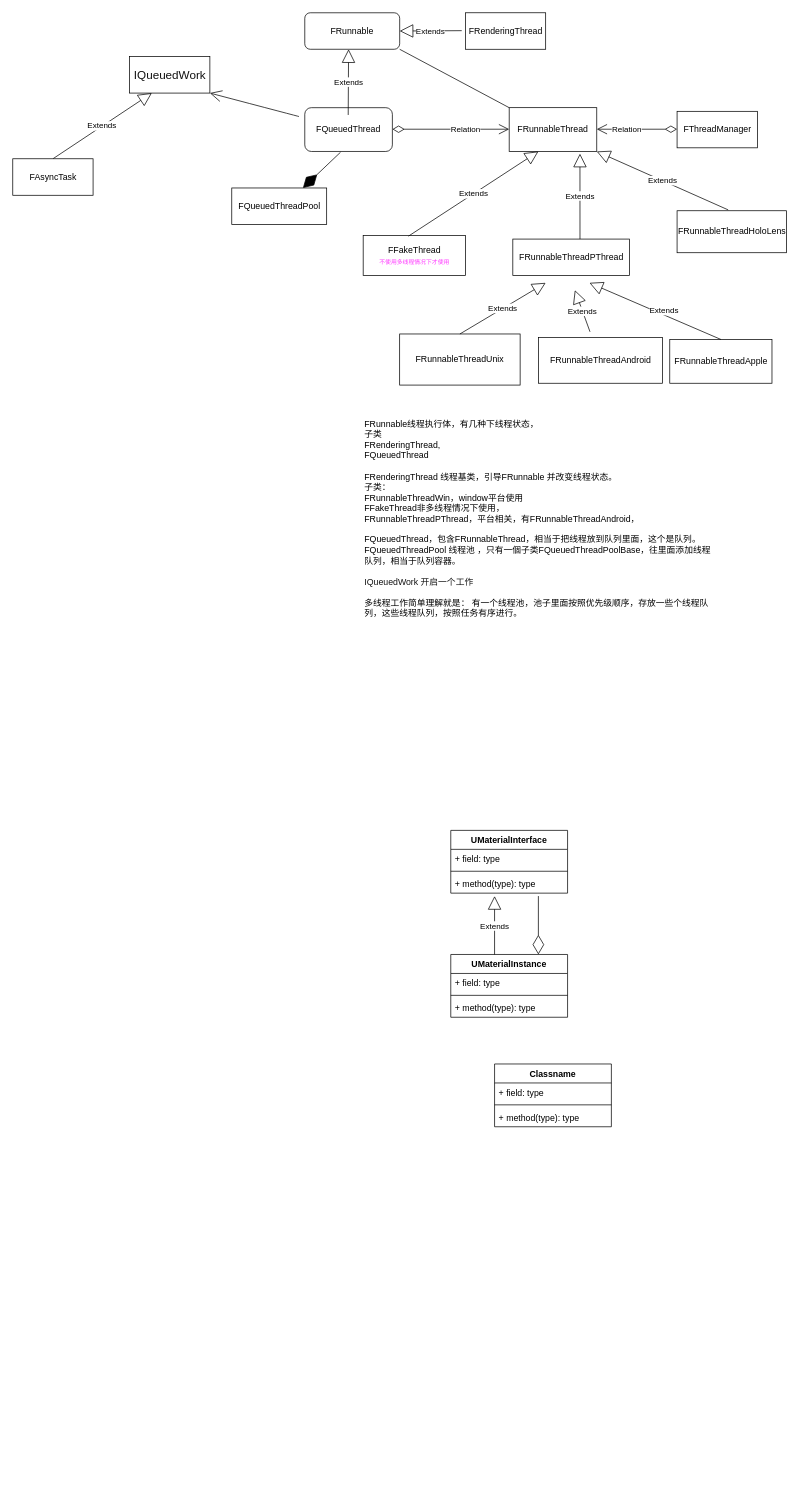
paridas0813/WebApp keeps this draw.io diagram as Untitled Diagram.drawio. Above is the earlier version. Source tidied: cells renumbered, new cells numbered last; positions are measured from the earlier drawing's top-left corner, leaving out a move shared by most shapes. Both pictures are drawn from the tidied source at 73%, with x=0, y=0 at pixel (12, 12).
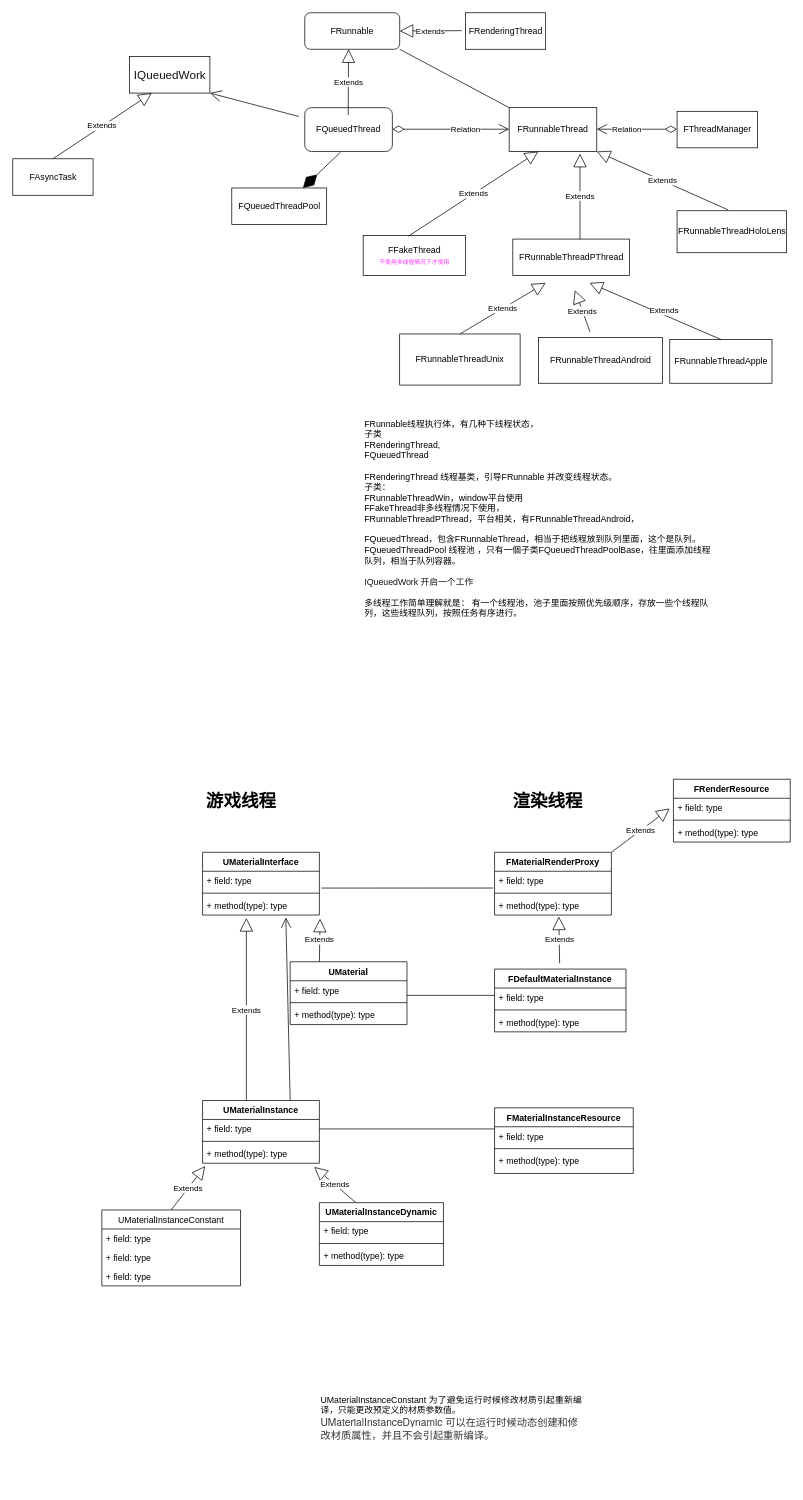
The same page after the edit.

The change refers to these unchanged cells:
```xml
<mxCell id="33" value="+ field: type" style="text;strokeColor=none;fillColor=none;align=left;verticalAlign=top;spacingLeft=4;spacingRight=4;overflow=hidden;points=[[0,0.5],[1,0.5]];portConstraint=eastwest;" parent="32" vertex="1">
  <mxGeometry y="26" width="160" height="26" as="geometry" />
</mxCell>
<mxCell id="35" value="+ method(type): type" style="text;strokeColor=none;fillColor=none;align=left;verticalAlign=top;spacingLeft=4;spacingRight=4;overflow=hidden;points=[[0,0.5],[1,0.5]];portConstraint=eastwest;" parent="32" vertex="1">
  <mxGeometry y="60" width="160" height="26" as="geometry" />
</mxCell>
<mxCell id="37" value="+ field: type" style="text;strokeColor=none;fillColor=none;align=left;verticalAlign=top;spacingLeft=4;spacingRight=4;overflow=hidden;points=[[0,0.5],[1,0.5]];portConstraint=eastwest;" parent="36" vertex="1">
  <mxGeometry y="26" width="160" height="26" as="geometry" />
</mxCell>
<mxCell id="41" value="+ field: type" style="text;strokeColor=none;fillColor=none;align=left;verticalAlign=top;spacingLeft=4;spacingRight=4;overflow=hidden;points=[[0,0.5],[1,0.5]];portConstraint=eastwest;" parent="40" vertex="1">
  <mxGeometry y="26" width="160" height="26" as="geometry" />
</mxCell>
<mxCell id="43" value="+ method(type): type" style="text;strokeColor=none;fillColor=none;align=left;verticalAlign=top;spacingLeft=4;spacingRight=4;overflow=hidden;points=[[0,0.5],[1,0.5]];portConstraint=eastwest;" parent="40" vertex="1">
  <mxGeometry y="60" width="160" height="26" as="geometry" />
</mxCell>
```

The edit, as a diff of the source:
```diff
@@
     <mxCell id="31" value="Extends" style="endArrow=block;endSize=16;endFill=0;html=1;sourcePerimeterSpacing=8;targetPerimeterSpacing=8;exitX=0.375;exitY=0.019;exitDx=0;exitDy=0;exitPerimeter=0;" parent="1" edge="1" source="32">
       <mxGeometry relative="1" as="geometry">
-        <mxPoint x="660" y="1210" as="targetPoint" />
+        <mxPoint x="320" y="1240" as="targetPoint" />
       </mxGeometry>
     </mxCell>
     <mxCell id="32" value="UMaterialInstance" style="swimlane;fontStyle=1;align=center;verticalAlign=top;horizontal=1;startSize=26;hachureGap=4;" parent="1" vertex="1">
-      <mxGeometry x="600" y="1290" width="160" height="86" as="geometry" />
+      <mxGeometry x="260" y="1490" width="160" height="86" as="geometry" />
     </mxCell>
@@
-    <mxCell id="36" value="Classname" style="swimlane;fontStyle=1;align=center;verticalAlign=top;horizontal=1;startSize=26;hachureGap=4;" parent="1" vertex="1">
-      <mxGeometry x="660" y="1440" width="160" height="86" as="geometry" />
+    <mxCell id="36" value="UMaterial" style="swimlane;fontStyle=1;align=center;verticalAlign=top;horizontal=1;startSize=26;hachureGap=4;" parent="1" vertex="1">
+      <mxGeometry x="380" y="1300" width="160" height="86" as="geometry" />
     </mxCell>
@@
     <mxCell id="40" value="UMaterialInterface" style="swimlane;fontStyle=1;align=center;verticalAlign=top;horizontal=1;startSize=26;hachureGap=4;" parent="1" vertex="1">
-      <mxGeometry x="600" y="1120" width="160" height="86" as="geometry" />
+      <mxGeometry x="260" y="1150" width="160" height="86" as="geometry" />
     </mxCell>
@@
-    <mxCell id="44" style="endArrow=diamondThin;endFill=0;endSize=24;html=1;sourcePerimeterSpacing=8;targetPerimeterSpacing=8;entryX=0.75;entryY=0;entryDx=0;entryDy=0;" parent="1" edge="1" target="32">
-      <mxGeometry relative="1" as="geometry">
-        <mxPoint x="720" y="1210" as="sourcePoint" />
-      </mxGeometry>
-    </mxCell>
+    <mxCell id="45" value="Extends" style="endArrow=block;endSize=16;endFill=0;html=1;sourcePerimeterSpacing=8;targetPerimeterSpacing=8;exitX=0.25;exitY=0;exitDx=0;exitDy=0;entryX=1.006;entryY=1.192;entryDx=0;entryDy=0;entryPerimeter=0;" parent="1" edge="1" source="36" target="43">
+      <mxGeometry relative="1" as="geometry" />
+    </mxCell>
+    <mxCell id="46" style="endArrow=open;endFill=1;endSize=12;html=1;sourcePerimeterSpacing=8;targetPerimeterSpacing=8;entryX=0.713;entryY=1.127;entryDx=0;entryDy=0;entryPerimeter=0;exitX=0.75;exitY=0;exitDx=0;exitDy=0;" parent="1" edge="1" source="32" target="43">
+      <mxGeometry relative="1" as="geometry" />
+    </mxCell>
+    <mxCell id="47" value="UMaterialInstanceConstant" style="swimlane;fontStyle=0;horizontal=1;startSize=26;fillColor=none;hachureGap=4;" parent="1" vertex="1">
+      <mxGeometry x="122" y="1640" width="190" height="104" as="geometry" />
+    </mxCell>
+    <mxCell id="48" value="+ field: type" style="text;strokeColor=none;fillColor=none;align=left;verticalAlign=top;spacingLeft=4;spacingRight=4;overflow=hidden;" parent="47" vertex="1">
+      <mxGeometry y="26" width="190" height="26" as="geometry" />
+    </mxCell>
+    <mxCell id="49" value="+ field: type" style="text;strokeColor=none;fillColor=none;align=left;verticalAlign=top;spacingLeft=4;spacingRight=4;overflow=hidden;" parent="47" vertex="1">
+      <mxGeometry y="52" width="190" height="26" as="geometry" />
+    </mxCell>
+    <mxCell id="50" value="+ field: type" style="text;strokeColor=none;fillColor=none;align=left;verticalAlign=top;spacingLeft=4;spacingRight=4;overflow=hidden;" parent="47" vertex="1">
+      <mxGeometry y="78" width="190" height="26" as="geometry" />
+    </mxCell>
+    <mxCell id="51" value="Extends" style="endArrow=block;endSize=16;endFill=0;html=1;sourcePerimeterSpacing=8;targetPerimeterSpacing=8;entryX=0.022;entryY=1.149;entryDx=0;entryDy=0;entryPerimeter=0;exitX=0.5;exitY=0;exitDx=0;exitDy=0;" parent="1" edge="1" source="47" target="35">
+      <mxGeometry relative="1" as="geometry" />
+    </mxCell>
+    <mxCell id="52" value="Extends" style="endArrow=block;endSize=16;endFill=0;html=1;sourcePerimeterSpacing=8;targetPerimeterSpacing=8;entryX=0.956;entryY=1.195;entryDx=0;entryDy=0;entryPerimeter=0;" parent="1" edge="1" target="35">
+      <mxGeometry relative="1" as="geometry">
+        <mxPoint x="470" y="1630" as="sourcePoint" />
+      </mxGeometry>
+    </mxCell>
+    <mxCell id="53" value="UMaterialInstanceDynamic" style="swimlane;fontStyle=1;align=center;verticalAlign=top;horizontal=1;startSize=26;hachureGap=4;" parent="1" vertex="1">
+      <mxGeometry x="420" y="1630" width="170" height="86" as="geometry" />
+    </mxCell>
+    <mxCell id="54" value="+ field: type" style="text;strokeColor=none;fillColor=none;align=left;verticalAlign=top;spacingLeft=4;spacingRight=4;overflow=hidden;" parent="53" vertex="1">
+      <mxGeometry y="26" width="170" height="26" as="geometry" />
+    </mxCell>
+    <mxCell id="55" style="line;strokeWidth=1;fillColor=none;align=left;verticalAlign=middle;spacingTop=-1;spacingLeft=3;spacingRight=3;labelPosition=right;" parent="53" vertex="1">
+      <mxGeometry y="52" width="170" height="8" as="geometry" />
+    </mxCell>
+    <mxCell id="56" value="+ method(type): type" style="text;strokeColor=none;fillColor=none;align=left;verticalAlign=top;spacingLeft=4;spacingRight=4;overflow=hidden;" parent="53" vertex="1">
+      <mxGeometry y="60" width="170" height="26" as="geometry" />
+    </mxCell>
+    <mxCell id="57" value="&lt;div style=&quot;text-align: justify&quot;&gt;&lt;span style=&quot;text-align: center&quot;&gt;UMaterialInstanceConstant 为了避免运行时候修改材质引起重新编译，只能更改预定义的材质参数值。&lt;/span&gt;&lt;br&gt;&lt;/div&gt;&lt;span style=&quot;color: rgb(51 , 51 , 51) ; font-family: &amp;#34;pingfang sc&amp;#34; , &amp;#34;microsoft yahei&amp;#34; , &amp;#34;helvetica neue&amp;#34; , &amp;#34;helvetica&amp;#34; , &amp;#34;arial&amp;#34; , sans-serif ; font-size: 14px ; background-color: rgb(255 , 255 , 255)&quot;&gt;UMaterialInstanceDynamic 可以在运行时候动态创建和修改材质属性，并且不会引起重新编译。&lt;/span&gt;" style="text;html=1;strokeColor=none;fillColor=none;align=left;verticalAlign=middle;whiteSpace=wrap;rounded=0;hachureGap=4;" parent="1" vertex="1">
+      <mxGeometry x="420" y="1830" width="360" height="190" as="geometry" />
+    </mxCell>
+    <mxCell id="58" value="&lt;h1&gt;游戏线程&lt;/h1&gt;" style="text;html=1;strokeColor=none;fillColor=none;spacing=5;spacingTop=-20;whiteSpace=wrap;overflow=hidden;rounded=0;hachureGap=4;" parent="1" vertex="1">
+      <mxGeometry x="260" y="1060" width="110" height="40" as="geometry" />
+    </mxCell>
+    <mxCell id="59" value="&lt;h1&gt;渲染线程&lt;/h1&gt;" style="text;html=1;strokeColor=none;fillColor=none;spacing=5;spacingTop=-20;whiteSpace=wrap;overflow=hidden;rounded=0;hachureGap=4;" parent="1" vertex="1">
+      <mxGeometry x="680" y="1060" width="110" height="40" as="geometry" />
+    </mxCell>
+    <mxCell id="60" value="FMaterialRenderProxy" style="swimlane;fontStyle=1;align=center;verticalAlign=top;horizontal=1;startSize=26;hachureGap=4;" parent="1" vertex="1">
+      <mxGeometry x="660" y="1150" width="160" height="86" as="geometry" />
+    </mxCell>
+    <mxCell id="61" value="+ field: type" style="text;strokeColor=none;fillColor=none;align=left;verticalAlign=top;spacingLeft=4;spacingRight=4;overflow=hidden;" parent="60" vertex="1">
+      <mxGeometry y="26" width="160" height="26" as="geometry" />
+    </mxCell>
+    <mxCell id="62" style="line;strokeWidth=1;fillColor=none;align=left;verticalAlign=middle;spacingTop=-1;spacingLeft=3;spacingRight=3;labelPosition=right;" parent="60" vertex="1">
+      <mxGeometry y="52" width="160" height="8" as="geometry" />
+    </mxCell>
+    <mxCell id="63" value="+ method(type): type" style="text;strokeColor=none;fillColor=none;align=left;verticalAlign=top;spacingLeft=4;spacingRight=4;overflow=hidden;points=[[0,0.5],[1,0.5]];portConstraint=eastwest;" parent="60" vertex="1">
+      <mxGeometry y="60" width="160" height="26" as="geometry" />
+    </mxCell>
+    <mxCell id="64" value="FRenderResource" style="swimlane;fontStyle=1;align=center;verticalAlign=top;horizontal=1;startSize=26;hachureGap=4;" parent="1" vertex="1">
+      <mxGeometry x="905" y="1050" width="160" height="86" as="geometry" />
+    </mxCell>
+    <mxCell id="65" value="+ field: type" style="text;strokeColor=none;fillColor=none;align=left;verticalAlign=top;spacingLeft=4;spacingRight=4;overflow=hidden;" parent="64" vertex="1">
+      <mxGeometry y="26" width="160" height="26" as="geometry" />
+    </mxCell>
+    <mxCell id="66" style="line;strokeWidth=1;fillColor=none;align=left;verticalAlign=middle;spacingTop=-1;spacingLeft=3;spacingRight=3;labelPosition=right;" parent="64" vertex="1">
+      <mxGeometry y="52" width="160" height="8" as="geometry" />
+    </mxCell>
+    <mxCell id="67" value="+ method(type): type" style="text;strokeColor=none;fillColor=none;align=left;verticalAlign=top;spacingLeft=4;spacingRight=4;overflow=hidden;" parent="64" vertex="1">
+      <mxGeometry y="60" width="160" height="26" as="geometry" />
+    </mxCell>
+    <mxCell id="68" value="Extends" style="endArrow=block;endSize=16;endFill=0;html=1;sourcePerimeterSpacing=8;targetPerimeterSpacing=8;" parent="1" edge="1">
+      <mxGeometry relative="1" as="geometry">
+        <mxPoint x="820" y="1150" as="sourcePoint" />
+        <mxPoint x="900" y="1090" as="targetPoint" />
+      </mxGeometry>
+    </mxCell>
+    <mxCell id="69" style="endArrow=none;html=1;startSize=14;endSize=14;sourcePerimeterSpacing=8;targetPerimeterSpacing=8;exitX=1.019;exitY=0.885;exitDx=0;exitDy=0;exitPerimeter=0;" parent="1" edge="1" source="41">
+      <mxGeometry relative="1" as="geometry">
+        <mxPoint x="658" y="1199" as="targetPoint" />
+      </mxGeometry>
+    </mxCell>
+    <mxCell id="70" style="endArrow=none;html=1;startSize=14;endSize=14;sourcePerimeterSpacing=8;targetPerimeterSpacing=8;exitX=1;exitY=0.769;exitDx=0;exitDy=0;exitPerimeter=0;" parent="1" edge="1" source="37">
+      <mxGeometry relative="1" as="geometry">
+        <mxPoint x="660" y="1346" as="targetPoint" />
+      </mxGeometry>
+    </mxCell>
+    <mxCell id="71" value="FDefaultMaterialInstance" style="swimlane;fontStyle=1;align=center;verticalAlign=top;horizontal=1;startSize=26;hachureGap=4;" parent="1" vertex="1">
+      <mxGeometry x="660" y="1310" width="180" height="86" as="geometry" />
+    </mxCell>
+    <mxCell id="72" value="+ field: type" style="text;strokeColor=none;fillColor=none;align=left;verticalAlign=top;spacingLeft=4;spacingRight=4;overflow=hidden;" parent="71" vertex="1">
+      <mxGeometry y="26" width="180" height="26" as="geometry" />
+    </mxCell>
+    <mxCell id="73" style="line;strokeWidth=1;fillColor=none;align=left;verticalAlign=middle;spacingTop=-1;spacingLeft=3;spacingRight=3;labelPosition=right;" parent="71" vertex="1">
+      <mxGeometry y="52" width="180" height="8" as="geometry" />
+    </mxCell>
+    <mxCell id="74" value="+ method(type): type" style="text;strokeColor=none;fillColor=none;align=left;verticalAlign=top;spacingLeft=4;spacingRight=4;overflow=hidden;" parent="71" vertex="1">
+      <mxGeometry y="60" width="180" height="26" as="geometry" />
+    </mxCell>
+    <mxCell id="75" value="Extends" style="endArrow=block;endSize=16;endFill=0;html=1;sourcePerimeterSpacing=8;targetPerimeterSpacing=8;entryX=0.55;entryY=1.077;entryDx=0;entryDy=0;entryPerimeter=0;" parent="1" edge="1" source="71" target="63">
+      <mxGeometry relative="1" as="geometry" />
+    </mxCell>
+    <mxCell id="76" style="endArrow=none;html=1;startSize=14;endSize=14;sourcePerimeterSpacing=8;targetPerimeterSpacing=8;exitX=1;exitY=0.5;exitDx=0;exitDy=0;" parent="1" edge="1" source="33">
+      <mxGeometry relative="1" as="geometry">
+        <mxPoint x="660" y="1529" as="targetPoint" />
+      </mxGeometry>
+    </mxCell>
+    <mxCell id="77" value="FMaterialInstanceResource" style="swimlane;fontStyle=1;align=center;verticalAlign=top;horizontal=1;startSize=26;hachureGap=4;" parent="1" vertex="1">
+      <mxGeometry x="660" y="1500" width="190" height="90" as="geometry" />
+    </mxCell>
+    <mxCell id="78" value="+ field: type" style="text;strokeColor=none;fillColor=none;align=left;verticalAlign=top;spacingLeft=4;spacingRight=4;overflow=hidden;" parent="77" vertex="1">
+      <mxGeometry y="26" width="190" height="26" as="geometry" />
+    </mxCell>
+    <mxCell id="79" style="line;strokeWidth=1;fillColor=none;align=left;verticalAlign=middle;spacingTop=-1;spacingLeft=3;spacingRight=3;labelPosition=right;" parent="77" vertex="1">
+      <mxGeometry y="52" width="190" height="8" as="geometry" />
+    </mxCell>
+    <mxCell id="80" value="+ method(type): type" style="text;strokeColor=none;fillColor=none;align=left;verticalAlign=top;spacingLeft=4;spacingRight=4;overflow=hidden;" parent="77" vertex="1">
+      <mxGeometry y="60" width="190" height="30" as="geometry" />
+    </mxCell>
```
